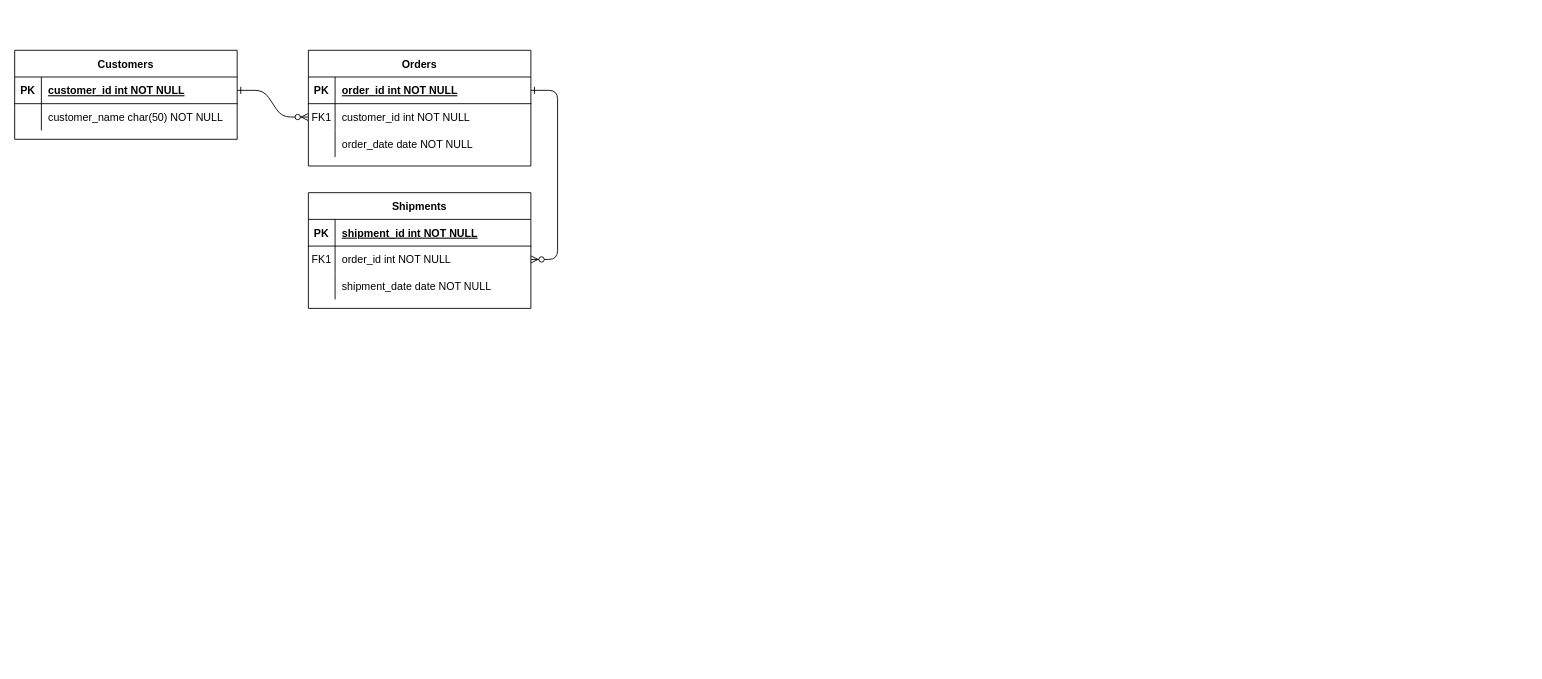
Before: 名称未設定ファイル.drawio in kutimiti1234/git_it, a draw.io diagram. Source tidied: cells renumbered, new cells numbered last; positions are measured from the earlier drawing's top-left corner, leaving out a move shared by most shapes. Both pictures are drawn from the tidied source at 89%, with x=0, y=0 at pixel (14, 50).
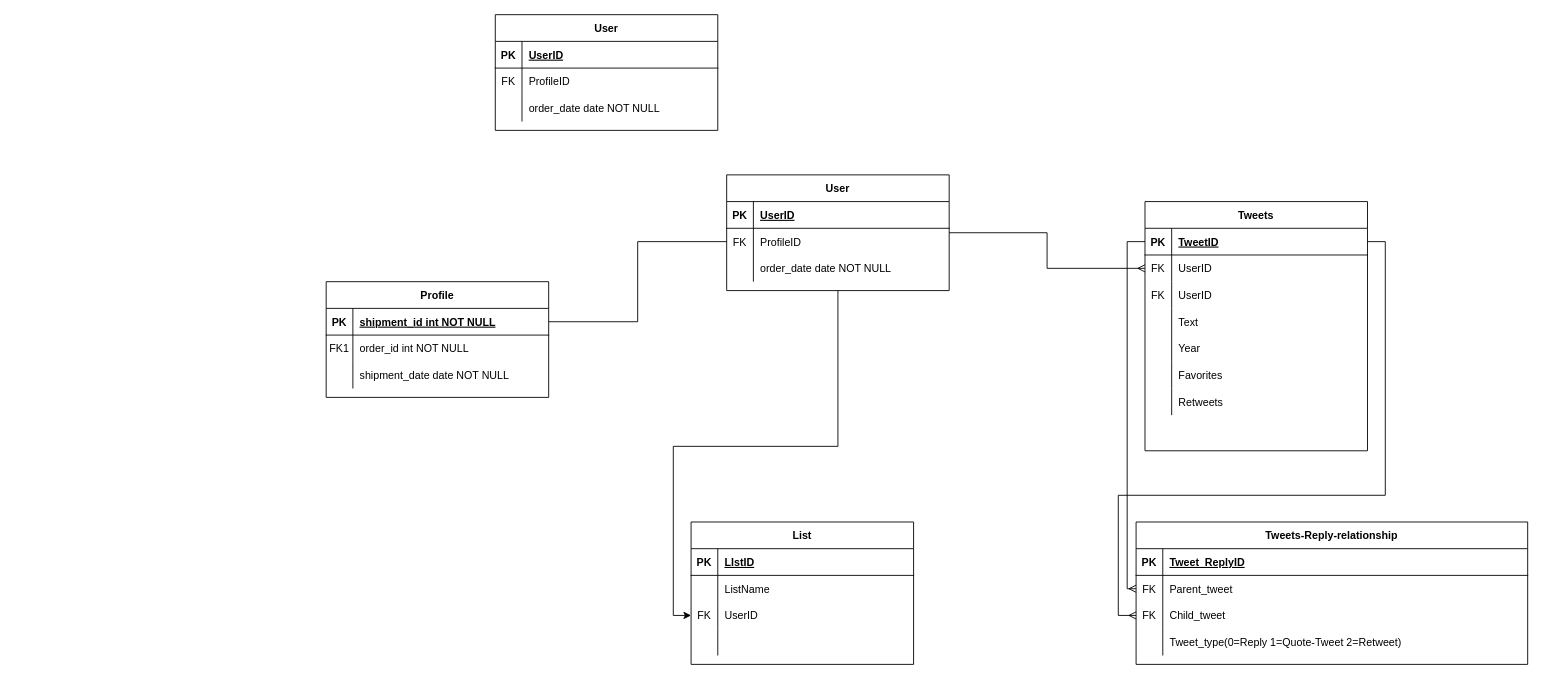
The same page after the edit.

Commit message:
名称未設定ファイル.drawio を更新します

The change refers to these unchanged cells:
```xml
<mxCell id="5" style="shape=partialRectangle;fillColor=none;points=[[0,0.5],[1,0.5]];portConstraint=eastwest;top=0;left=0;right=0;bottom=1;" parent="4" vertex="1">
  <mxGeometry y="30" width="250" height="30" as="geometry" />
</mxCell>
<mxCell id="8" style="shape=partialRectangle;fillColor=none;points=[[0,0.5],[1,0.5]];portConstraint=eastwest;top=0;left=0;right=0;bottom=0;" parent="4" vertex="1">
  <mxGeometry y="60" width="250" height="30" as="geometry" />
</mxCell>
<mxCell id="15" style="shape=partialRectangle;fillColor=none;points=[[0,0.5],[1,0.5]];portConstraint=eastwest;top=0;left=0;right=0;bottom=1;" parent="14" vertex="1">
  <mxGeometry y="30" width="250" height="30" as="geometry" />
</mxCell>
<mxCell id="18" style="shape=partialRectangle;fillColor=none;points=[[0,0.5],[1,0.5]];portConstraint=eastwest;top=0;left=0;right=0;bottom=0;" parent="14" vertex="1">
  <mxGeometry y="60" width="250" height="30" as="geometry" />
</mxCell>
<mxCell id="25" style="shape=partialRectangle;fillColor=none;points=[[0,0.5],[1,0.5]];portConstraint=eastwest;top=0;left=0;right=0;bottom=1;" parent="24" vertex="1">
  <mxGeometry y="30" width="250" height="30" as="geometry" />
</mxCell>
```

Diff of the diagram source:
```diff
@@
-    <mxCell id="2" style="edgeStyle=entityRelationEdgeStyle;endArrow=ERzeroToMany;startArrow=ERone;endFill=1;startFill=0;" parent="1" edge="1" source="25" target="8">
-      <mxGeometry relative="1" as="geometry" />
-    </mxCell>
-    <mxCell id="3" style="edgeStyle=entityRelationEdgeStyle;endArrow=ERzeroToMany;startArrow=ERone;endFill=1;startFill=0;" parent="1" edge="1" source="5" target="18">
-      <mxGeometry relative="1" as="geometry" />
-    </mxCell>
+    <mxCell id="31" style="edgeStyle=orthogonalEdgeStyle;rounded=0;jettySize=auto;html=1;entryX=0;entryY=0.5;entryDx=0;entryDy=0;endArrow=ERmany;endFill=0;" parent="1" edge="1" source="4" target="33">
+      <mxGeometry relative="1" as="geometry" />
+    </mxCell>
+    <mxCell id="32" style="edgeStyle=orthogonalEdgeStyle;rounded=0;jettySize=auto;html=1;entryX=0;entryY=0.5;entryDx=0;entryDy=0;" parent="1" edge="1" source="4" target="74">
+      <mxGeometry relative="1" as="geometry" />
+    </mxCell>
-    <mxCell id="4" value="Orders" style="shape=table;startSize=30;childLayout=tableLayout;rowLines=0;fontStyle=1;align=center;" parent="1" vertex="1">
-      <mxGeometry x="330" width="250" height="130" as="geometry" />
+    <mxCell id="4" value="User" style="shape=table;startSize=30;childLayout=tableLayout;rowLines=0;fontStyle=1;align=center;" parent="1" vertex="1">
+      <mxGeometry x="800" y="140" width="250" height="130" as="geometry" />
     </mxCell>
@@
-    <mxCell id="7" value="order_id int NOT NULL " style="shape=partialRectangle;overflow=hidden;fillColor=none;top=0;left=0;bottom=0;right=0;align=left;spacingLeft=6;fontStyle=5;" parent="5" vertex="1">
+    <mxCell id="7" value="UserID" style="shape=partialRectangle;overflow=hidden;fillColor=none;top=0;left=0;bottom=0;right=0;align=left;spacingLeft=6;fontStyle=5;" parent="5" vertex="1">
       <mxGeometry x="30" width="220" height="30" as="geometry" />
     </mxCell>
@@
-    <mxCell id="9" value="FK1" style="shape=partialRectangle;overflow=hidden;fillColor=none;top=0;left=0;bottom=0;right=0;" parent="8" vertex="1">
+    <mxCell id="9" value="FK" style="shape=partialRectangle;overflow=hidden;fillColor=none;top=0;left=0;bottom=0;right=0;" parent="8" vertex="1">
       <mxGeometry width="30" height="30" as="geometry" />
     </mxCell>
-    <mxCell id="10" value="customer_id int NOT NULL" style="shape=partialRectangle;overflow=hidden;fillColor=none;top=0;left=0;bottom=0;right=0;align=left;spacingLeft=6;" parent="8" vertex="1">
+    <mxCell id="10" value="ProfileID" style="shape=partialRectangle;overflow=hidden;fillColor=none;top=0;left=0;bottom=0;right=0;align=left;spacingLeft=6;" parent="8" vertex="1">
       <mxGeometry x="30" width="220" height="30" as="geometry" />
     </mxCell>
@@
-    <mxCell id="14" value="Shipments" style="shape=table;startSize=30;childLayout=tableLayout;rowLines=0;fontStyle=1;align=center;" parent="1" vertex="1">
-      <mxGeometry x="330" y="160" width="250" height="130" as="geometry" />
+    <mxCell id="14" value="Profile" style="shape=table;startSize=30;childLayout=tableLayout;rowLines=0;fontStyle=1;align=center;" parent="1" vertex="1">
+      <mxGeometry x="350" y="260" width="250" height="130" as="geometry" />
     </mxCell>
@@
-    <mxCell id="24" value="Customers" style="shape=table;startSize=30;childLayout=tableLayout;rowLines=0;fontStyle=1;align=center;" parent="1" vertex="1">
-      <mxGeometry width="250" height="100" as="geometry" />
+    <mxCell id="24" value="Tweets" style="shape=table;startSize=30;childLayout=tableLayout;rowLines=0;fontStyle=1;align=center;" parent="1" vertex="1">
+      <mxGeometry x="1270" y="170" width="250" height="280" as="geometry" />
     </mxCell>
@@
-    <mxCell id="27" value="customer_id int NOT NULL " style="shape=partialRectangle;overflow=hidden;fillColor=none;top=0;left=0;bottom=0;right=0;align=left;spacingLeft=6;fontStyle=5;" parent="25" vertex="1">
+    <mxCell id="27" value="TweetID" style="shape=partialRectangle;overflow=hidden;fillColor=none;top=0;left=0;bottom=0;right=0;align=left;spacingLeft=6;fontStyle=5;" parent="25" vertex="1">
       <mxGeometry x="30" width="220" height="30" as="geometry" />
     </mxCell>
-    <mxCell id="28" style="shape=partialRectangle;fillColor=none;top=0;left=0;right=0;bottom=0;" parent="24" vertex="1">
-      <mxGeometry y="60" width="250" height="30" as="geometry" />
-    </mxCell>
-    <mxCell id="29" style="shape=partialRectangle;overflow=hidden;fillColor=none;top=0;left=0;bottom=0;right=0;" parent="28" vertex="1">
-      <mxGeometry width="30" height="30" as="geometry" />
-    </mxCell>
-    <mxCell id="30" value="customer_name char(50) NOT NULL" style="shape=partialRectangle;overflow=hidden;fillColor=none;top=0;left=0;bottom=0;right=0;align=left;spacingLeft=6;" parent="28" vertex="1">
-      <mxGeometry x="30" width="220" height="30" as="geometry" />
-    </mxCell>
+    <mxCell id="33" style="shape=partialRectangle;fillColor=none;points=[[0,0.5],[1,0.5]];portConstraint=eastwest;top=0;left=0;right=0;bottom=0;" parent="24" vertex="1">
+      <mxGeometry y="60" width="250" height="30" as="geometry" />
+    </mxCell>
+    <mxCell id="34" value="FK" style="shape=partialRectangle;overflow=hidden;fillColor=none;top=0;left=0;bottom=0;right=0;" parent="33" vertex="1">
+      <mxGeometry width="30" height="30" as="geometry" />
+    </mxCell>
+    <mxCell id="35" value="UserID" style="shape=partialRectangle;overflow=hidden;fillColor=none;top=0;left=0;bottom=0;right=0;align=left;spacingLeft=6;" parent="33" vertex="1">
+      <mxGeometry x="30" width="220" height="30" as="geometry" />
+    </mxCell>
+    <mxCell id="36" style="shape=partialRectangle;fillColor=none;top=0;left=0;right=0;bottom=0;" parent="24" vertex="1">
+      <mxGeometry y="90" width="250" height="30" as="geometry" />
+    </mxCell>
+    <mxCell id="37" value="FK" style="shape=partialRectangle;overflow=hidden;fillColor=none;top=0;left=0;bottom=0;right=0;" parent="36" vertex="1">
+      <mxGeometry width="30" height="30" as="geometry" />
+    </mxCell>
+    <mxCell id="38" value="UserID" style="shape=partialRectangle;overflow=hidden;fillColor=none;top=0;left=0;bottom=0;right=0;align=left;spacingLeft=6;" parent="36" vertex="1">
+      <mxGeometry x="30" width="220" height="30" as="geometry" />
+    </mxCell>
+    <mxCell id="39" style="shape=partialRectangle;fillColor=none;top=0;left=0;right=0;bottom=0;" parent="24" vertex="1">
+      <mxGeometry y="120" width="250" height="30" as="geometry" />
+    </mxCell>
+    <mxCell id="40" style="shape=partialRectangle;overflow=hidden;fillColor=none;top=0;left=0;bottom=0;right=0;" parent="39" vertex="1">
+      <mxGeometry width="30" height="30" as="geometry" />
+    </mxCell>
+    <mxCell id="41" value="Text" style="shape=partialRectangle;overflow=hidden;fillColor=none;top=0;left=0;bottom=0;right=0;align=left;spacingLeft=6;" parent="39" vertex="1">
+      <mxGeometry x="30" width="220" height="30" as="geometry" />
+    </mxCell>
+    <mxCell id="42" style="shape=partialRectangle;fillColor=none;top=0;left=0;right=0;bottom=0;" parent="24" vertex="1">
+      <mxGeometry y="150" width="250" height="30" as="geometry" />
+    </mxCell>
+    <mxCell id="43" style="shape=partialRectangle;overflow=hidden;fillColor=none;top=0;left=0;bottom=0;right=0;" parent="42" vertex="1">
+      <mxGeometry width="30" height="30" as="geometry" />
+    </mxCell>
+    <mxCell id="44" value="Year" style="shape=partialRectangle;overflow=hidden;fillColor=none;top=0;left=0;bottom=0;right=0;align=left;spacingLeft=6;" parent="42" vertex="1">
+      <mxGeometry x="30" width="220" height="30" as="geometry" />
+    </mxCell>
+    <mxCell id="45" style="shape=partialRectangle;fillColor=none;top=0;left=0;right=0;bottom=0;" parent="24" vertex="1">
+      <mxGeometry y="180" width="250" height="30" as="geometry" />
+    </mxCell>
+    <mxCell id="46" style="shape=partialRectangle;overflow=hidden;fillColor=none;top=0;left=0;bottom=0;right=0;" parent="45" vertex="1">
+      <mxGeometry width="30" height="30" as="geometry" />
+    </mxCell>
+    <mxCell id="47" value="Favorites" style="shape=partialRectangle;overflow=hidden;fillColor=none;top=0;left=0;bottom=0;right=0;align=left;spacingLeft=6;" parent="45" vertex="1">
+      <mxGeometry x="30" width="220" height="30" as="geometry" />
+    </mxCell>
+    <mxCell id="48" style="shape=partialRectangle;fillColor=none;top=0;left=0;right=0;bottom=0;" parent="24" vertex="1">
+      <mxGeometry y="210" width="250" height="30" as="geometry" />
+    </mxCell>
+    <mxCell id="49" style="shape=partialRectangle;overflow=hidden;fillColor=none;top=0;left=0;bottom=0;right=0;" parent="48" vertex="1">
+      <mxGeometry width="30" height="30" as="geometry" />
+    </mxCell>
+    <mxCell id="50" value="Retweets" style="shape=partialRectangle;overflow=hidden;fillColor=none;top=0;left=0;bottom=0;right=0;align=left;spacingLeft=6;" parent="48" vertex="1">
+      <mxGeometry x="30" width="220" height="30" as="geometry" />
+    </mxCell>
+    <mxCell id="51" value="Tweets-Reply-relationship" style="shape=table;startSize=30;childLayout=tableLayout;rowLines=0;fontStyle=1;align=center;" parent="1" vertex="1">
+      <mxGeometry x="1260" y="530" width="440" height="160" as="geometry" />
+    </mxCell>
+    <mxCell id="52" style="shape=partialRectangle;fillColor=none;top=0;left=0;right=0;bottom=1;" parent="51" vertex="1">
+      <mxGeometry y="30" width="440" height="30" as="geometry" />
+    </mxCell>
+    <mxCell id="53" value="PK" style="shape=partialRectangle;overflow=hidden;fillColor=none;top=0;left=0;bottom=0;right=0;fontStyle=1;" parent="52" vertex="1">
+      <mxGeometry width="30" height="30" as="geometry" />
+    </mxCell>
+    <mxCell id="54" value="Tweet_ReplyID" style="shape=partialRectangle;overflow=hidden;fillColor=none;top=0;left=0;bottom=0;right=0;align=left;spacingLeft=6;fontStyle=5;" parent="52" vertex="1">
+      <mxGeometry x="30" width="410" height="30" as="geometry" />
+    </mxCell>
+    <mxCell id="55" style="shape=partialRectangle;fillColor=none;points=[[0,0.5],[1,0.5]];portConstraint=eastwest;top=0;left=0;right=0;bottom=0;" parent="51" vertex="1">
+      <mxGeometry y="60" width="440" height="30" as="geometry" />
+    </mxCell>
+    <mxCell id="56" value="FK" style="shape=partialRectangle;overflow=hidden;fillColor=none;top=0;left=0;bottom=0;right=0;" parent="55" vertex="1">
+      <mxGeometry width="30" height="30" as="geometry" />
+    </mxCell>
+    <mxCell id="57" value="Parent_tweet" style="shape=partialRectangle;overflow=hidden;fillColor=none;top=0;left=0;bottom=0;right=0;align=left;spacingLeft=6;" parent="55" vertex="1">
+      <mxGeometry x="30" width="410" height="30" as="geometry" />
+    </mxCell>
+    <mxCell id="58" style="shape=partialRectangle;fillColor=none;points=[[0,0.5],[1,0.5]];portConstraint=eastwest;top=0;left=0;right=0;bottom=0;" parent="51" vertex="1">
+      <mxGeometry y="90" width="440" height="30" as="geometry" />
+    </mxCell>
+    <mxCell id="59" value="FK" style="shape=partialRectangle;overflow=hidden;fillColor=none;top=0;left=0;bottom=0;right=0;" parent="58" vertex="1">
+      <mxGeometry width="30" height="30" as="geometry" />
+    </mxCell>
+    <mxCell id="60" value="Child_tweet" style="shape=partialRectangle;overflow=hidden;fillColor=none;top=0;left=0;bottom=0;right=0;align=left;spacingLeft=6;" parent="58" vertex="1">
+      <mxGeometry x="30" width="410" height="30" as="geometry" />
+    </mxCell>
+    <mxCell id="61" style="shape=partialRectangle;fillColor=none;top=0;left=0;right=0;bottom=0;" parent="51" vertex="1">
+      <mxGeometry y="120" width="440" height="30" as="geometry" />
+    </mxCell>
+    <mxCell id="62" style="shape=partialRectangle;overflow=hidden;fillColor=none;top=0;left=0;bottom=0;right=0;" parent="61" vertex="1">
+      <mxGeometry width="30" height="30" as="geometry" />
+    </mxCell>
+    <mxCell id="63" value="Tweet_type(0=Reply 1=Quote-Tweet 2=Retweet)" style="shape=partialRectangle;overflow=hidden;fillColor=none;top=0;left=0;bottom=0;right=0;align=left;spacingLeft=6;" parent="61" vertex="1">
+      <mxGeometry x="30" width="410" height="30" as="geometry" />
+    </mxCell>
+    <mxCell id="64" style="edgeStyle=orthogonalEdgeStyle;rounded=0;jettySize=auto;html=1;exitX=0;exitY=0.5;exitDx=0;exitDy=0;entryX=0;entryY=0.5;entryDx=0;entryDy=0;endArrow=ERmany;endFill=0;" parent="1" edge="1" source="25" target="55">
+      <mxGeometry relative="1" as="geometry" />
+    </mxCell>
+    <mxCell id="65" style="edgeStyle=orthogonalEdgeStyle;rounded=0;jettySize=auto;html=1;exitX=1;exitY=0.5;exitDx=0;exitDy=0;endArrow=ERmany;endFill=0;" parent="1" edge="1" source="25" target="58">
+      <mxGeometry relative="1" as="geometry">
+        <Array as="points">
+          <mxPoint x="1540" y="215" />
+          <mxPoint x="1540" y="500" />
+          <mxPoint x="1240" y="500" />
+          <mxPoint x="1240" y="635" />
+        </Array>
+      </mxGeometry>
+    </mxCell>
+    <mxCell id="66" style="edgeStyle=orthogonalEdgeStyle;rounded=0;jettySize=auto;html=1;endArrow=none;endFill=0;entryX=1;entryY=0.5;entryDx=0;entryDy=0;" parent="1" edge="1" source="8" target="15">
+      <mxGeometry relative="1" as="geometry" />
+    </mxCell>
+    <mxCell id="67" value="List" style="shape=table;startSize=30;childLayout=tableLayout;rowLines=0;fontStyle=1;align=center;" parent="1" vertex="1">
+      <mxGeometry x="760" y="530" width="250" height="160" as="geometry" />
+    </mxCell>
+    <mxCell id="68" style="shape=partialRectangle;fillColor=none;top=0;left=0;right=0;bottom=1;" parent="67" vertex="1">
+      <mxGeometry y="30" width="250" height="30" as="geometry" />
+    </mxCell>
+    <mxCell id="69" value="PK" style="shape=partialRectangle;overflow=hidden;fillColor=none;top=0;left=0;bottom=0;right=0;fontStyle=1;" parent="68" vertex="1">
+      <mxGeometry width="30" height="30" as="geometry" />
+    </mxCell>
+    <mxCell id="70" value="LIstID" style="shape=partialRectangle;overflow=hidden;fillColor=none;top=0;left=0;bottom=0;right=0;align=left;spacingLeft=6;fontStyle=5;" parent="68" vertex="1">
+      <mxGeometry x="30" width="220" height="30" as="geometry" />
+    </mxCell>
+    <mxCell id="71" style="shape=partialRectangle;fillColor=none;top=0;left=0;right=0;bottom=0;" parent="67" vertex="1">
+      <mxGeometry y="60" width="250" height="30" as="geometry" />
+    </mxCell>
+    <mxCell id="72" style="shape=partialRectangle;overflow=hidden;fillColor=none;top=0;left=0;bottom=0;right=0;" parent="71" vertex="1">
+      <mxGeometry width="30" height="30" as="geometry" />
+    </mxCell>
+    <mxCell id="73" value="ListName" style="shape=partialRectangle;overflow=hidden;fillColor=none;top=0;left=0;bottom=0;right=0;align=left;spacingLeft=6;" parent="71" vertex="1">
+      <mxGeometry x="30" width="220" height="30" as="geometry" />
+    </mxCell>
+    <mxCell id="74" style="shape=partialRectangle;fillColor=none;points=[[0,0.5],[1,0.5]];portConstraint=eastwest;top=0;left=0;right=0;bottom=0;" parent="67" vertex="1">
+      <mxGeometry y="90" width="250" height="30" as="geometry" />
+    </mxCell>
+    <mxCell id="75" value="FK" style="shape=partialRectangle;overflow=hidden;fillColor=none;top=0;left=0;bottom=0;right=0;" parent="74" vertex="1">
+      <mxGeometry width="30" height="30" as="geometry" />
+    </mxCell>
+    <mxCell id="76" value="UserID" style="shape=partialRectangle;overflow=hidden;fillColor=none;top=0;left=0;bottom=0;right=0;align=left;spacingLeft=6;" parent="74" vertex="1">
+      <mxGeometry x="30" width="220" height="30" as="geometry" />
+    </mxCell>
+    <mxCell id="77" style="shape=partialRectangle;fillColor=none;top=0;left=0;right=0;bottom=0;" parent="67" vertex="1">
+      <mxGeometry y="120" width="250" height="30" as="geometry" />
+    </mxCell>
+    <mxCell id="78" style="shape=partialRectangle;overflow=hidden;fillColor=none;top=0;left=0;bottom=0;right=0;" parent="77" vertex="1">
+      <mxGeometry width="30" height="30" as="geometry" />
+    </mxCell>
+    <mxCell id="79" style="shape=partialRectangle;overflow=hidden;fillColor=none;top=0;left=0;bottom=0;right=0;align=left;spacingLeft=6;" parent="77" vertex="1">
+      <mxGeometry x="30" width="220" height="30" as="geometry" />
+    </mxCell>
+    <mxCell id="80" value="User" style="shape=table;startSize=30;childLayout=tableLayout;rowLines=0;fontStyle=1;align=center;" parent="1" vertex="1">
+      <mxGeometry x="540" y="-40" width="250" height="130" as="geometry" />
+    </mxCell>
+    <mxCell id="81" style="shape=partialRectangle;fillColor=none;top=0;left=0;right=0;bottom=1;" parent="80" vertex="1">
+      <mxGeometry y="30" width="250" height="30" as="geometry" />
+    </mxCell>
+    <mxCell id="82" value="PK" style="shape=partialRectangle;overflow=hidden;fillColor=none;top=0;left=0;bottom=0;right=0;fontStyle=1;" parent="81" vertex="1">
+      <mxGeometry width="30" height="30" as="geometry" />
+    </mxCell>
+    <mxCell id="83" value="UserID" style="shape=partialRectangle;overflow=hidden;fillColor=none;top=0;left=0;bottom=0;right=0;align=left;spacingLeft=6;fontStyle=5;" parent="81" vertex="1">
+      <mxGeometry x="30" width="220" height="30" as="geometry" />
+    </mxCell>
+    <mxCell id="84" style="shape=partialRectangle;fillColor=none;top=0;left=0;right=0;bottom=0;" parent="80" vertex="1">
+      <mxGeometry y="60" width="250" height="30" as="geometry" />
+    </mxCell>
+    <mxCell id="85" value="FK" style="shape=partialRectangle;overflow=hidden;fillColor=none;top=0;left=0;bottom=0;right=0;" parent="84" vertex="1">
+      <mxGeometry width="30" height="30" as="geometry" />
+    </mxCell>
+    <mxCell id="86" value="ProfileID" style="shape=partialRectangle;overflow=hidden;fillColor=none;top=0;left=0;bottom=0;right=0;align=left;spacingLeft=6;" parent="84" vertex="1">
+      <mxGeometry x="30" width="220" height="30" as="geometry" />
+    </mxCell>
+    <mxCell id="87" style="shape=partialRectangle;fillColor=none;top=0;left=0;right=0;bottom=0;" parent="80" vertex="1">
+      <mxGeometry y="90" width="250" height="30" as="geometry" />
+    </mxCell>
+    <mxCell id="88" style="shape=partialRectangle;overflow=hidden;fillColor=none;top=0;left=0;bottom=0;right=0;" parent="87" vertex="1">
+      <mxGeometry width="30" height="30" as="geometry" />
+    </mxCell>
+    <mxCell id="89" value="order_date date NOT NULL" style="shape=partialRectangle;overflow=hidden;fillColor=none;top=0;left=0;bottom=0;right=0;align=left;spacingLeft=6;" parent="87" vertex="1">
+      <mxGeometry x="30" width="220" height="30" as="geometry" />
+    </mxCell>
```
